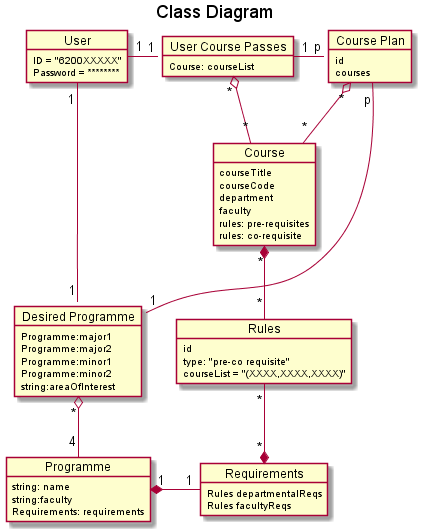
Before: Diagrams/Object.png, a diagram exported from PlantUML (r3r/comp2140). The source it was exported from:
```plantuml
@startuml
title Class Diagram
object User {
	ID = "6200XXXXX"
	Password = ********
}
object "User Course Passes" as UCP {
	Course: courseList
}
object Requirements {
	Rules departmentalReqs
	Rules facultyReqs
}
object Rules {
	id
	type: "pre-co requisite"
	courseList = "(XXXX,XXXX,XXXX)"
}

object Course {
	courseTitle
	courseCode
	department
	faculty
	rules: pre-requisites
	rules: co-requisite
}
object Programme {
	string: name
	string:faculty
	Requirements: requirements
}
object "Course Plan" as CP {
	id
	courses
}
object "Desired Programme" as DP{
	Programme:major1
	Programme:major2
	Programme:minor1
	Programme:minor2
	string:areaOfInterest
}
UCP "*" o-- "*" Course
Course "*"*-- "*" Rules
Rules "*" --* "*"Requirements
DP "*" o-- "4" Programme
CP "p" -- "1" DP
CP "p" -left- "1" UCP
CP "*" o-- "*"Course
User "1" --- "1" DP
Requirements "1" -right---* "1" Programme
User "1" -right- "1" UCP

@enduml
```
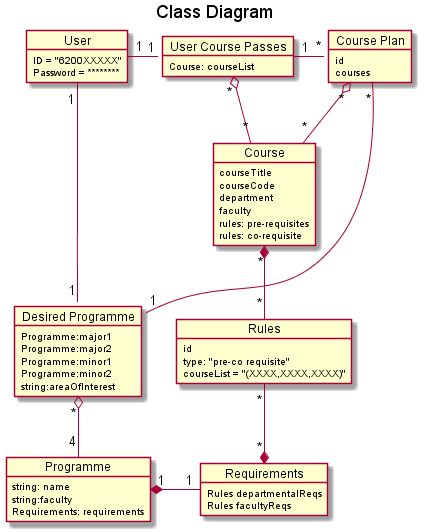
Above is the later version.

What changed in the source:
```diff
@@ -45,8 +45,8 @@
 Course "*"*-- "*" Rules
 Rules "*" --* "*"Requirements
 DP "*" o-- "4" Programme
-CP "p" -- "1" DP
-CP "p" -left- "1" UCP
+CP "*" -- "1" DP
+CP "*" -left- "1" UCP
 CP "*" o-- "*"Course
 User "1" --- "1" DP
 Requirements "1" -right---* "1" Programme
```
